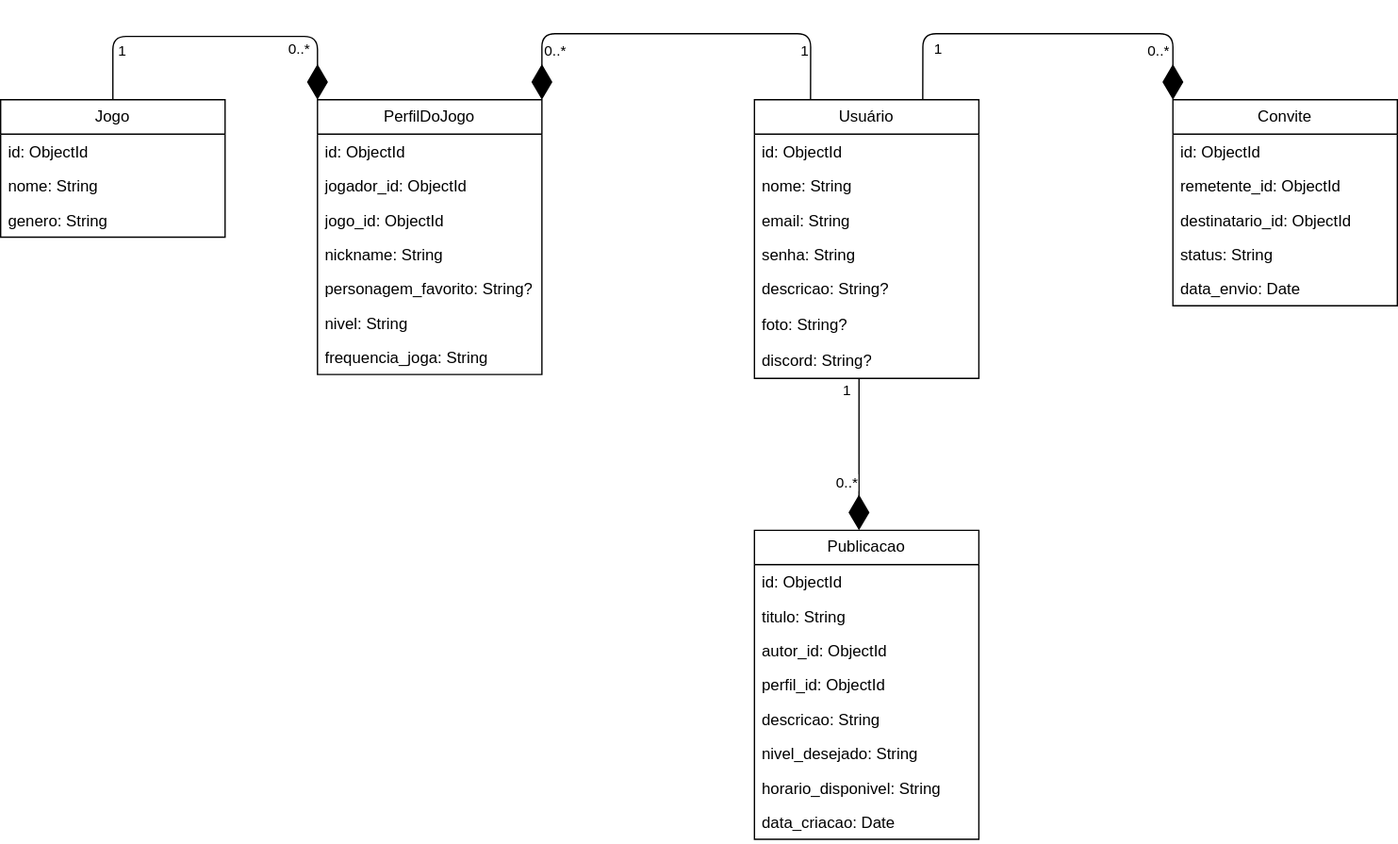
The draw.io diagram docs/NoAM.svg in FatecFranca/DSM-P3-G08-2025-1, before a commit. Source tidied: cells renumbered, new cells last; positions are measured from the earlier drawing's top-left corner, leaving out a move shared by most shapes.
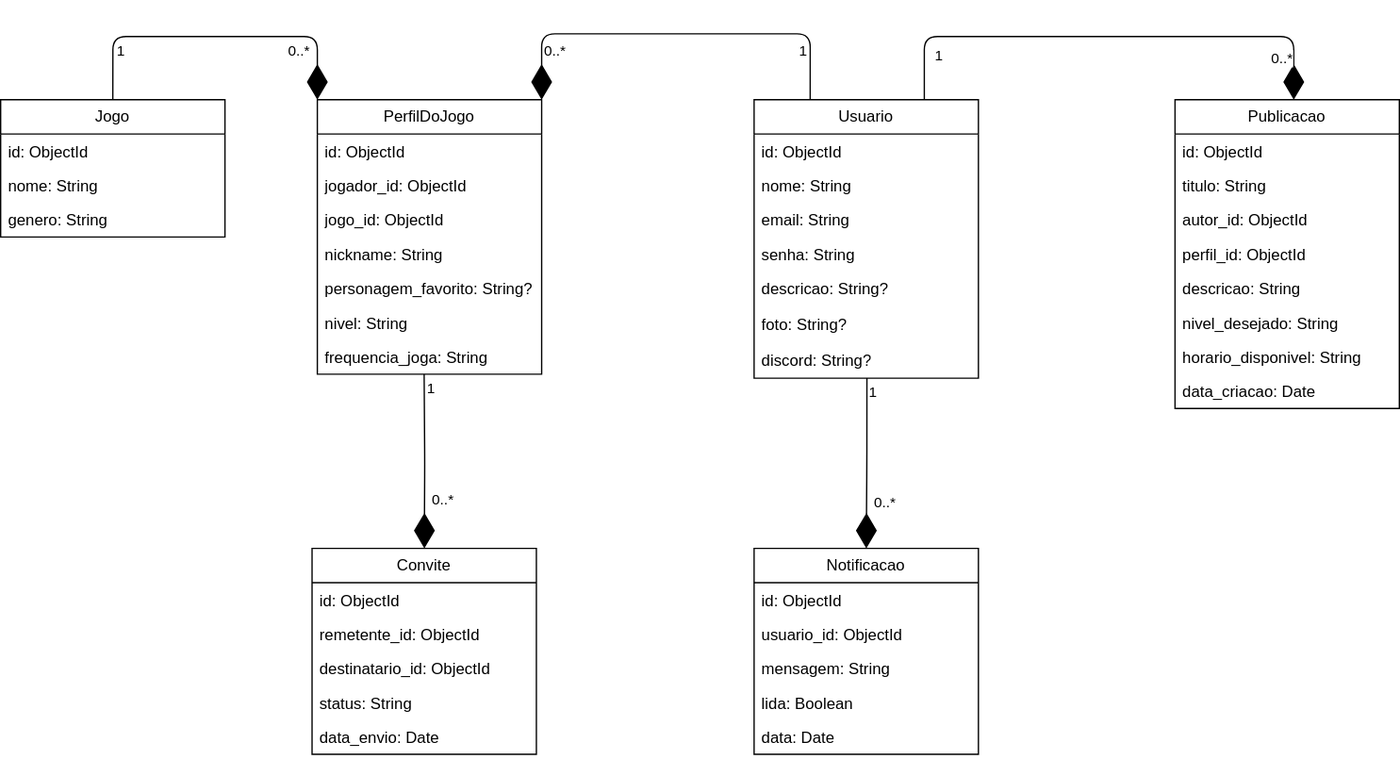
Later version of the same file.

Diff of the diagram source:
```diff
@@ -2,36 +2,36 @@
   <root>
     <mxCell id="0" />
     <mxCell id="1" parent="0" />
-    <mxCell id="2" value="Usuário" style="swimlane;fontStyle=0;horizontal=1;startSize=26;fillColor=none;whiteSpace=wrap;html=1;swimlaneLine=1;rounded=0;shadow=0;glass=0;" parent="1" vertex="1">
-      <mxGeometry x="571" y="50" width="170" height="211" as="geometry" />
-    </mxCell>
-    <mxCell id="3" value="id: ObjectId" style="text;strokeColor=none;fillColor=none;align=left;verticalAlign=top;spacingLeft=4;spacingRight=4;overflow=hidden;whiteSpace=wrap;html=1;" parent="2" vertex="1">
-      <mxGeometry y="26" width="170" height="26" as="geometry" />
-    </mxCell>
+    <mxCell id="49" value="Usuario" style="swimlane;fontStyle=0;horizontal=1;startSize=26;fillColor=none;whiteSpace=wrap;html=1;swimlaneLine=1;rounded=0;shadow=0;glass=0;" parent="1" vertex="1">
+      <mxGeometry x="611" y="-888" width="170" height="211" as="geometry" />
+    </mxCell>
+    <mxCell id="50" value="id: ObjectId" style="text;strokeColor=none;fillColor=none;align=left;verticalAlign=top;spacingLeft=4;spacingRight=4;overflow=hidden;whiteSpace=wrap;html=1;" parent="49" vertex="1">
+      <mxGeometry y="26" width="170" height="26" as="geometry" />
+    </mxCell>
-    <mxCell id="4" value="nome: String" style="text;strokeColor=none;fillColor=none;align=left;verticalAlign=top;spacingLeft=4;spacingRight=4;overflow=hidden;whiteSpace=wrap;html=1;" parent="2" vertex="1">
+    <mxCell id="4" value="nome: String" style="text;strokeColor=none;fillColor=none;align=left;verticalAlign=top;spacingLeft=4;spacingRight=4;overflow=hidden;whiteSpace=wrap;html=1;" parent="49" vertex="1">
       <mxGeometry y="52" width="170" height="26" as="geometry" />
     </mxCell>
-    <mxCell id="5" value="email: String" style="text;strokeColor=none;fillColor=none;align=left;verticalAlign=top;spacingLeft=4;spacingRight=4;overflow=hidden;whiteSpace=wrap;html=1;" parent="2" vertex="1">
+    <mxCell id="5" value="email: String" style="text;strokeColor=none;fillColor=none;align=left;verticalAlign=top;spacingLeft=4;spacingRight=4;overflow=hidden;whiteSpace=wrap;html=1;" parent="49" vertex="1">
       <mxGeometry y="78" width="170" height="26" as="geometry" />
     </mxCell>
-    <mxCell id="6" value="senha: String" style="text;strokeColor=none;fillColor=none;align=left;verticalAlign=top;spacingLeft=4;spacingRight=4;overflow=hidden;whiteSpace=wrap;html=1;" parent="2" vertex="1">
+    <mxCell id="6" value="senha: String" style="text;strokeColor=none;fillColor=none;align=left;verticalAlign=top;spacingLeft=4;spacingRight=4;overflow=hidden;whiteSpace=wrap;html=1;" parent="49" vertex="1">
       <mxGeometry y="104" width="170" height="26" as="geometry" />
     </mxCell>
-    <mxCell id="7" value="descricao: String?" style="text;strokeColor=none;fillColor=none;align=left;verticalAlign=top;spacingLeft=4;spacingRight=4;overflow=hidden;whiteSpace=wrap;html=1;" parent="2" vertex="1">
+    <mxCell id="7" value="descricao: String?" style="text;strokeColor=none;fillColor=none;align=left;verticalAlign=top;spacingLeft=4;spacingRight=4;overflow=hidden;whiteSpace=wrap;html=1;" parent="49" vertex="1">
       <mxGeometry y="130" width="170" height="27" as="geometry" />
     </mxCell>
-    <mxCell id="8" value="foto: String?" style="text;strokeColor=none;fillColor=none;align=left;verticalAlign=top;spacingLeft=4;spacingRight=4;overflow=hidden;whiteSpace=wrap;html=1;" parent="2" vertex="1">
+    <mxCell id="8" value="foto: String?" style="text;strokeColor=none;fillColor=none;align=left;verticalAlign=top;spacingLeft=4;spacingRight=4;overflow=hidden;whiteSpace=wrap;html=1;" parent="49" vertex="1">
       <mxGeometry y="157" width="170" height="27" as="geometry" />
     </mxCell>
-    <mxCell id="9" value="discord: String?" style="text;strokeColor=none;fillColor=none;align=left;verticalAlign=top;spacingLeft=4;spacingRight=4;overflow=hidden;points=[[0,0.5],[1,0.5]];portConstraint=eastwest;whiteSpace=wrap;html=1;" parent="2" vertex="1">
+    <mxCell id="9" value="discord: String?" style="text;strokeColor=none;fillColor=none;align=left;verticalAlign=top;spacingLeft=4;spacingRight=4;overflow=hidden;points=[[0,0.5],[1,0.5]];portConstraint=eastwest;whiteSpace=wrap;html=1;" parent="49" vertex="1">
       <mxGeometry y="184" width="170" height="27" as="geometry" />
     </mxCell>
     <mxCell id="10" value="Publicacao" style="swimlane;fontStyle=0;horizontal=1;startSize=26;whiteSpace=wrap;html=1;align=center;verticalAlign=middle;fontFamily=Helvetica;fontSize=12;fillColor=none;" parent="1" vertex="1">
-      <mxGeometry x="571" y="376" width="170" height="234" as="geometry" />
+      <mxGeometry x="930" y="-888" width="170" height="234" as="geometry" />
     </mxCell>
-    <mxCell id="11" value="&lt;span style=&quot;color: rgb(0, 0, 0);&quot;&gt;id: ObjectId&lt;/span&gt;" style="text;strokeColor=none;fillColor=none;align=left;verticalAlign=top;spacingLeft=4;spacingRight=4;overflow=hidden;whiteSpace=wrap;html=1;fontFamily=Helvetica;fontSize=12;fontColor=default;fontStyle=0;" parent="10" vertex="1">
-      <mxGeometry y="26" width="170" height="26" as="geometry" />
-    </mxCell>
+    <mxCell id="51" value="&lt;span style=&quot;color: rgb(0, 0, 0);&quot;&gt;id: ObjectId&lt;/span&gt;" style="text;strokeColor=none;fillColor=none;align=left;verticalAlign=top;spacingLeft=4;spacingRight=4;overflow=hidden;whiteSpace=wrap;html=1;fontFamily=Helvetica;fontSize=12;fontColor=default;fontStyle=0;" parent="10" vertex="1">
+      <mxGeometry y="26" width="170" height="26" as="geometry" />
+    </mxCell>
     <mxCell id="12" value="titulo: String" style="text;strokeColor=none;fillColor=none;align=left;verticalAlign=top;spacingLeft=4;spacingRight=4;overflow=hidden;whiteSpace=wrap;html=1;fontFamily=Helvetica;fontSize=12;fontColor=default;fontStyle=0;" parent="10" vertex="1">
       <mxGeometry y="52" width="170" height="26" as="geometry" />
     </mxCell>
@@ -54,11 +54,11 @@
       <mxGeometry y="208" width="170" height="26" as="geometry" />
     </mxCell>
     <mxCell id="19" value="Convite" style="swimlane;fontStyle=0;horizontal=1;startSize=26;fillColor=none;whiteSpace=wrap;html=1;strokeColor=default;align=center;verticalAlign=middle;fontFamily=Helvetica;fontSize=12;fontColor=default;" parent="1" vertex="1">
-      <mxGeometry x="888" y="50" width="170" height="156" as="geometry" />
+      <mxGeometry x="276" y="-548" width="170" height="156" as="geometry" />
     </mxCell>
-    <mxCell id="20" value="&lt;span style=&quot;color: rgb(0, 0, 0);&quot;&gt;id: ObjectId&lt;/span&gt;" style="text;strokeColor=none;fillColor=none;align=left;verticalAlign=top;spacingLeft=4;spacingRight=4;overflow=hidden;whiteSpace=wrap;html=1;fontFamily=Helvetica;fontSize=12;fontColor=default;fontStyle=0;" parent="19" vertex="1">
-      <mxGeometry y="26" width="170" height="26" as="geometry" />
-    </mxCell>
+    <mxCell id="52" value="&lt;span style=&quot;color: rgb(0, 0, 0);&quot;&gt;id: ObjectId&lt;/span&gt;" style="text;strokeColor=none;fillColor=none;align=left;verticalAlign=top;spacingLeft=4;spacingRight=4;overflow=hidden;whiteSpace=wrap;html=1;fontFamily=Helvetica;fontSize=12;fontColor=default;fontStyle=0;" parent="19" vertex="1">
+      <mxGeometry y="26" width="170" height="26" as="geometry" />
+    </mxCell>
     <mxCell id="21" value="remetente_id: ObjectId" style="text;strokeColor=none;fillColor=none;align=left;verticalAlign=top;spacingLeft=4;spacingRight=4;overflow=hidden;whiteSpace=wrap;html=1;fontFamily=Helvetica;fontSize=12;fontColor=default;fontStyle=0;" parent="19" vertex="1">
       <mxGeometry y="52" width="170" height="26" as="geometry" />
     </mxCell>
@@ -72,11 +72,11 @@
       <mxGeometry y="130" width="170" height="26" as="geometry" />
     </mxCell>
     <mxCell id="25" value="Jogo" style="swimlane;fontStyle=0;horizontal=1;startSize=26;fillColor=none;whiteSpace=wrap;html=1;strokeColor=default;align=center;verticalAlign=middle;fontFamily=Helvetica;fontSize=12;fontColor=default;" parent="1" vertex="1">
-      <mxGeometry y="50" width="170" height="104" as="geometry" />
+      <mxGeometry x="40" y="-888" width="170" height="104" as="geometry" />
     </mxCell>
-    <mxCell id="26" value="&lt;span style=&quot;color: rgb(0, 0, 0);&quot;&gt;id: ObjectId&lt;/span&gt;" style="text;strokeColor=none;fillColor=none;align=left;verticalAlign=top;spacingLeft=4;spacingRight=4;overflow=hidden;whiteSpace=wrap;html=1;fontFamily=Helvetica;fontSize=12;fontColor=default;fontStyle=0;" parent="25" vertex="1">
-      <mxGeometry y="26" width="170" height="26" as="geometry" />
-    </mxCell>
+    <mxCell id="53" value="&lt;span style=&quot;color: rgb(0, 0, 0);&quot;&gt;id: ObjectId&lt;/span&gt;" style="text;strokeColor=none;fillColor=none;align=left;verticalAlign=top;spacingLeft=4;spacingRight=4;overflow=hidden;whiteSpace=wrap;html=1;fontFamily=Helvetica;fontSize=12;fontColor=default;fontStyle=0;" parent="25" vertex="1">
+      <mxGeometry y="26" width="170" height="26" as="geometry" />
+    </mxCell>
     <mxCell id="27" value="nome: String" style="text;strokeColor=none;fillColor=none;align=left;verticalAlign=top;spacingLeft=4;spacingRight=4;overflow=hidden;whiteSpace=wrap;html=1;fontFamily=Helvetica;fontSize=12;fontColor=default;fontStyle=0;" parent="25" vertex="1">
       <mxGeometry y="52" width="170" height="26" as="geometry" />
     </mxCell>
@@ -86,22 +86,22 @@
     <mxCell id="29" style="edgeStyle=orthogonalEdgeStyle;html=1;exitX=0;exitY=0;exitDx=0;exitDy=0;entryX=0.5;entryY=0;entryDx=0;entryDy=0;endArrow=none;endFill=0;startArrow=diamondThin;startFill=1;endSize=6;startSize=24;" parent="1" edge="1" source="31" target="25">
       <mxGeometry relative="1" as="geometry">
         <Array as="points">
-          <mxPoint x="240" y="2" />
-          <mxPoint x="85" y="2" />
+          <mxPoint x="280" y="-936" />
+          <mxPoint x="125" y="-936" />
         </Array>
       </mxGeometry>
     </mxCell>
-    <mxCell id="30" value="0..*" style="edgeLabel;html=1;align=center;verticalAlign=middle;" parent="29" vertex="1">
-      <mxGeometry x="-0.81" y="-1" relative="1" as="geometry">
-        <mxPoint x="-16" y="-15" as="offset" />
-      </mxGeometry>
-    </mxCell>
+    <mxCell id="54" value="0..*" style="edgeLabel;html=1;align=center;verticalAlign=middle;" parent="29" vertex="1">
+      <mxGeometry x="-0.81" y="-1" relative="1" as="geometry">
+        <mxPoint x="-16" y="-15" as="offset" />
+      </mxGeometry>
+    </mxCell>
     <mxCell id="31" value="PerfilDoJogo" style="swimlane;fontStyle=0;horizontal=1;startSize=26;fillColor=none;whiteSpace=wrap;html=1;swimlaneLine=1;rounded=0;shadow=0;glass=0;" parent="1" vertex="1">
-      <mxGeometry x="240" y="50" width="170" height="208" as="geometry" />
+      <mxGeometry x="280" y="-888" width="170" height="208" as="geometry" />
     </mxCell>
-    <mxCell id="32" value="id: ObjectId" style="text;strokeColor=none;fillColor=none;align=left;verticalAlign=top;spacingLeft=4;spacingRight=4;overflow=hidden;whiteSpace=wrap;html=1;" parent="31" vertex="1">
-      <mxGeometry y="26" width="170" height="26" as="geometry" />
-    </mxCell>
+    <mxCell id="55" value="id: ObjectId" style="text;strokeColor=none;fillColor=none;align=left;verticalAlign=top;spacingLeft=4;spacingRight=4;overflow=hidden;whiteSpace=wrap;html=1;" parent="31" vertex="1">
+      <mxGeometry y="26" width="170" height="26" as="geometry" />
+    </mxCell>
     <mxCell id="33" value="jogador_id: ObjectId" style="text;strokeColor=none;fillColor=none;align=left;verticalAlign=top;spacingLeft=4;spacingRight=4;overflow=hidden;whiteSpace=wrap;html=1;" parent="31" vertex="1">
       <mxGeometry y="52" width="170" height="26" as="geometry" />
     </mxCell>
@@ -120,64 +120,92 @@
     <mxCell id="38" value="frequencia_joga: String" style="text;strokeColor=none;fillColor=none;align=left;verticalAlign=top;spacingLeft=4;spacingRight=4;overflow=hidden;whiteSpace=wrap;html=1;" parent="31" vertex="1">
       <mxGeometry y="182" width="170" height="26" as="geometry" />
     </mxCell>
-    <mxCell id="39" style="endArrow=diamondThin;endFill=1;endSize=24;html=1;entryX=1;entryY=0;entryDx=0;entryDy=0;edgeStyle=orthogonalEdgeStyle;exitX=0.25;exitY=0;exitDx=0;exitDy=0;" parent="1" edge="1" source="2" target="31">
-      <mxGeometry relative="1" as="geometry">
-        <Array as="points">
-          <mxPoint x="613" />
-          <mxPoint x="410" />
-        </Array>
-      </mxGeometry>
-    </mxCell>
-    <mxCell id="40" value="1" style="edgeLabel;html=1;align=center;verticalAlign=middle;" parent="39" vertex="1">
-      <mxGeometry x="-0.66" y="1" relative="1" as="geometry">
-        <mxPoint x="-4" y="11" as="offset" />
-      </mxGeometry>
-    </mxCell>
-    <mxCell id="41" value="0..*" style="edgeLabel;html=1;align=center;verticalAlign=middle;" parent="39" vertex="1">
-      <mxGeometry x="0.63" y="2" relative="1" as="geometry">
-        <mxPoint x="3" y="10" as="offset" />
-      </mxGeometry>
-    </mxCell>
-    <mxCell id="42" value="1" style="edgeLabel;html=1;align=center;verticalAlign=middle;" parent="39" vertex="1">
-      <mxGeometry x="-0.66" y="1" relative="1" as="geometry">
-        <mxPoint x="-521" y="11" as="offset" />
-      </mxGeometry>
-    </mxCell>
-    <mxCell id="43" style="endArrow=diamondThin;endFill=1;endSize=24;html=1;exitX=0.75;exitY=0;exitDx=0;exitDy=0;entryX=0;entryY=0;entryDx=0;entryDy=0;edgeStyle=orthogonalEdgeStyle;" parent="1" edge="1" source="2" target="19">
-      <mxGeometry relative="1" as="geometry">
-        <Array as="points">
-          <mxPoint x="698" />
-          <mxPoint x="888" />
-        </Array>
-      </mxGeometry>
-    </mxCell>
-    <mxCell id="44" value="1" style="edgeLabel;html=1;align=center;verticalAlign=middle;" parent="43" vertex="1">
-      <mxGeometry x="-0.9" y="-3" relative="1" as="geometry">
-        <mxPoint x="7" y="-23" as="offset" />
-      </mxGeometry>
-    </mxCell>
-    <mxCell id="45" value="0..*" style="edgeLabel;html=1;align=center;verticalAlign=middle;" parent="43" vertex="1">
-      <mxGeometry x="0.42" relative="1" as="geometry">
-        <mxPoint x="21" y="12" as="offset" />
-      </mxGeometry>
-    </mxCell>
-    <mxCell id="46" style="endArrow=diamondThin;endFill=1;endSize=24;html=1;edgeStyle=orthogonalEdgeStyle;exitX=0.466;exitY=1;exitDx=0;exitDy=0;exitPerimeter=0;" parent="1" edge="1" source="9" target="10">
-      <mxGeometry relative="1" as="geometry">
-        <Array as="points">
-          <mxPoint x="650" y="312" />
-          <mxPoint x="650" y="312" />
-        </Array>
-      </mxGeometry>
-    </mxCell>
-    <mxCell id="47" value="1" style="edgeLabel;html=1;align=center;verticalAlign=middle;" parent="46" vertex="1">
-      <mxGeometry x="-0.9" y="-1" relative="1" as="geometry">
-        <mxPoint x="-9" y="2" as="offset" />
-      </mxGeometry>
-    </mxCell>
-    <mxCell id="48" value="0..*" style="edgeLabel;html=1;align=center;verticalAlign=middle;" parent="46" vertex="1">
-      <mxGeometry x="0.78" relative="1" as="geometry">
-        <mxPoint x="-10" y="-24" as="offset" />
-      </mxGeometry>
-    </mxCell>
+    <mxCell id="56" style="endArrow=diamondThin;endFill=1;endSize=24;html=1;entryX=1;entryY=0;entryDx=0;entryDy=0;edgeStyle=orthogonalEdgeStyle;exitX=0.25;exitY=0;exitDx=0;exitDy=0;" parent="1" edge="1" source="49" target="31">
+      <mxGeometry relative="1" as="geometry">
+        <Array as="points">
+          <mxPoint x="653" y="-938" />
+          <mxPoint x="450" y="-938" />
+        </Array>
+      </mxGeometry>
+    </mxCell>
+    <mxCell id="57" value="1" style="edgeLabel;html=1;align=center;verticalAlign=middle;" parent="56" vertex="1">
+      <mxGeometry x="-0.66" y="1" relative="1" as="geometry">
+        <mxPoint x="-4" y="11" as="offset" />
+      </mxGeometry>
+    </mxCell>
+    <mxCell id="58" value="0..*" style="edgeLabel;html=1;align=center;verticalAlign=middle;" parent="56" vertex="1">
+      <mxGeometry x="0.63" y="2" relative="1" as="geometry">
+        <mxPoint x="3" y="10" as="offset" />
+      </mxGeometry>
+    </mxCell>
+    <mxCell id="59" value="1" style="edgeLabel;html=1;align=center;verticalAlign=middle;" parent="56" vertex="1">
+      <mxGeometry x="-0.66" y="1" relative="1" as="geometry">
+        <mxPoint x="-521" y="11" as="offset" />
+      </mxGeometry>
+    </mxCell>
+    <mxCell id="60" style="endArrow=diamondThin;endFill=1;endSize=24;html=1;edgeStyle=orthogonalEdgeStyle;exitX=0.503;exitY=0.997;exitDx=0;exitDy=0;exitPerimeter=0;" parent="1" edge="1" source="9" target="66">
+      <mxGeometry relative="1" as="geometry" />
+    </mxCell>
+    <mxCell id="61" value="1" style="edgeLabel;html=1;align=center;verticalAlign=middle;" parent="60" vertex="1">
+      <mxGeometry x="-0.9" y="-3" relative="1" as="geometry">
+        <mxPoint x="7" y="4" as="offset" />
+      </mxGeometry>
+    </mxCell>
+    <mxCell id="62" value="0..*" style="edgeLabel;html=1;align=center;verticalAlign=middle;" parent="60" vertex="1">
+      <mxGeometry x="0.42" relative="1" as="geometry">
+        <mxPoint x="13" y="1" as="offset" />
+      </mxGeometry>
+    </mxCell>
+    <mxCell id="63" style="endArrow=diamondThin;endFill=1;endSize=24;html=1;edgeStyle=orthogonalEdgeStyle;" parent="1" edge="1" source="49" target="10">
+      <mxGeometry relative="1" as="geometry">
+        <Array as="points">
+          <mxPoint x="740" y="-936" />
+          <mxPoint x="1020" y="-936" />
+        </Array>
+      </mxGeometry>
+    </mxCell>
+    <mxCell id="64" value="1" style="edgeLabel;html=1;align=center;verticalAlign=middle;" parent="63" vertex="1">
+      <mxGeometry x="-0.9" y="-1" relative="1" as="geometry">
+        <mxPoint x="9" y="-15" as="offset" />
+      </mxGeometry>
+    </mxCell>
+    <mxCell id="65" value="0..*" style="edgeLabel;html=1;align=center;verticalAlign=middle;" parent="63" vertex="1">
+      <mxGeometry x="0.78" relative="1" as="geometry">
+        <mxPoint x="-10" y="10" as="offset" />
+      </mxGeometry>
+    </mxCell>
+    <mxCell id="66" value="Notificacao" style="swimlane;fontStyle=0;horizontal=1;startSize=26;fillColor=none;whiteSpace=wrap;html=1;strokeColor=default;align=center;verticalAlign=middle;fontFamily=Helvetica;fontSize=12;fontColor=default;" parent="1" vertex="1">
+      <mxGeometry x="611" y="-548" width="170" height="156" as="geometry" />
+    </mxCell>
+    <mxCell id="67" value="&lt;span style=&quot;color: rgb(0, 0, 0);&quot;&gt;id: ObjectId&lt;/span&gt;" style="text;strokeColor=none;fillColor=none;align=left;verticalAlign=top;spacingLeft=4;spacingRight=4;overflow=hidden;whiteSpace=wrap;html=1;fontFamily=Helvetica;fontSize=12;fontColor=default;fontStyle=0;" parent="66" vertex="1">
+      <mxGeometry y="26" width="170" height="26" as="geometry" />
+    </mxCell>
+    <mxCell id="68" value="usuario_id: ObjectId" style="text;strokeColor=none;fillColor=none;align=left;verticalAlign=top;spacingLeft=4;spacingRight=4;overflow=hidden;whiteSpace=wrap;html=1;fontFamily=Helvetica;fontSize=12;fontColor=default;fontStyle=0;" parent="66" vertex="1">
+      <mxGeometry y="52" width="170" height="26" as="geometry" />
+    </mxCell>
+    <mxCell id="69" value="mensagem: String" style="text;strokeColor=none;fillColor=none;align=left;verticalAlign=top;spacingLeft=4;spacingRight=4;overflow=hidden;whiteSpace=wrap;html=1;fontFamily=Helvetica;fontSize=12;fontColor=default;fontStyle=0;" parent="66" vertex="1">
+      <mxGeometry y="78" width="170" height="26" as="geometry" />
+    </mxCell>
+    <mxCell id="70" value="lida: Boolean" style="text;strokeColor=none;fillColor=none;align=left;verticalAlign=top;spacingLeft=4;spacingRight=4;overflow=hidden;whiteSpace=wrap;html=1;fontFamily=Helvetica;fontSize=12;fontColor=default;fontStyle=0;" parent="66" vertex="1">
+      <mxGeometry y="104" width="170" height="26" as="geometry" />
+    </mxCell>
+    <mxCell id="71" value="data: Date" style="text;strokeColor=none;fillColor=none;align=left;verticalAlign=top;spacingLeft=4;spacingRight=4;overflow=hidden;whiteSpace=wrap;html=1;fontFamily=Helvetica;fontSize=12;fontColor=default;fontStyle=0;" parent="66" vertex="1">
+      <mxGeometry y="130" width="170" height="26" as="geometry" />
+    </mxCell>
+    <mxCell id="72" style="endArrow=diamondThin;endFill=1;endSize=24;html=1;edgeStyle=orthogonalEdgeStyle;exitX=0.503;exitY=0.997;exitDx=0;exitDy=0;exitPerimeter=0;" parent="1" edge="1" target="19">
+      <mxGeometry relative="1" as="geometry">
+        <mxPoint x="360.9" y="-680" as="sourcePoint" />
+      </mxGeometry>
+    </mxCell>
+    <mxCell id="73" value="1" style="edgeLabel;html=1;align=center;verticalAlign=middle;" parent="72" vertex="1">
+      <mxGeometry x="-0.9" y="-3" relative="1" as="geometry">
+        <mxPoint x="7" y="4" as="offset" />
+      </mxGeometry>
+    </mxCell>
+    <mxCell id="74" value="0..*" style="edgeLabel;html=1;align=center;verticalAlign=middle;" parent="72" vertex="1">
+      <mxGeometry x="0.42" relative="1" as="geometry">
+        <mxPoint x="13" y="1" as="offset" />
+      </mxGeometry>
+    </mxCell>
   </root>
 </mxGraphModel>
```
